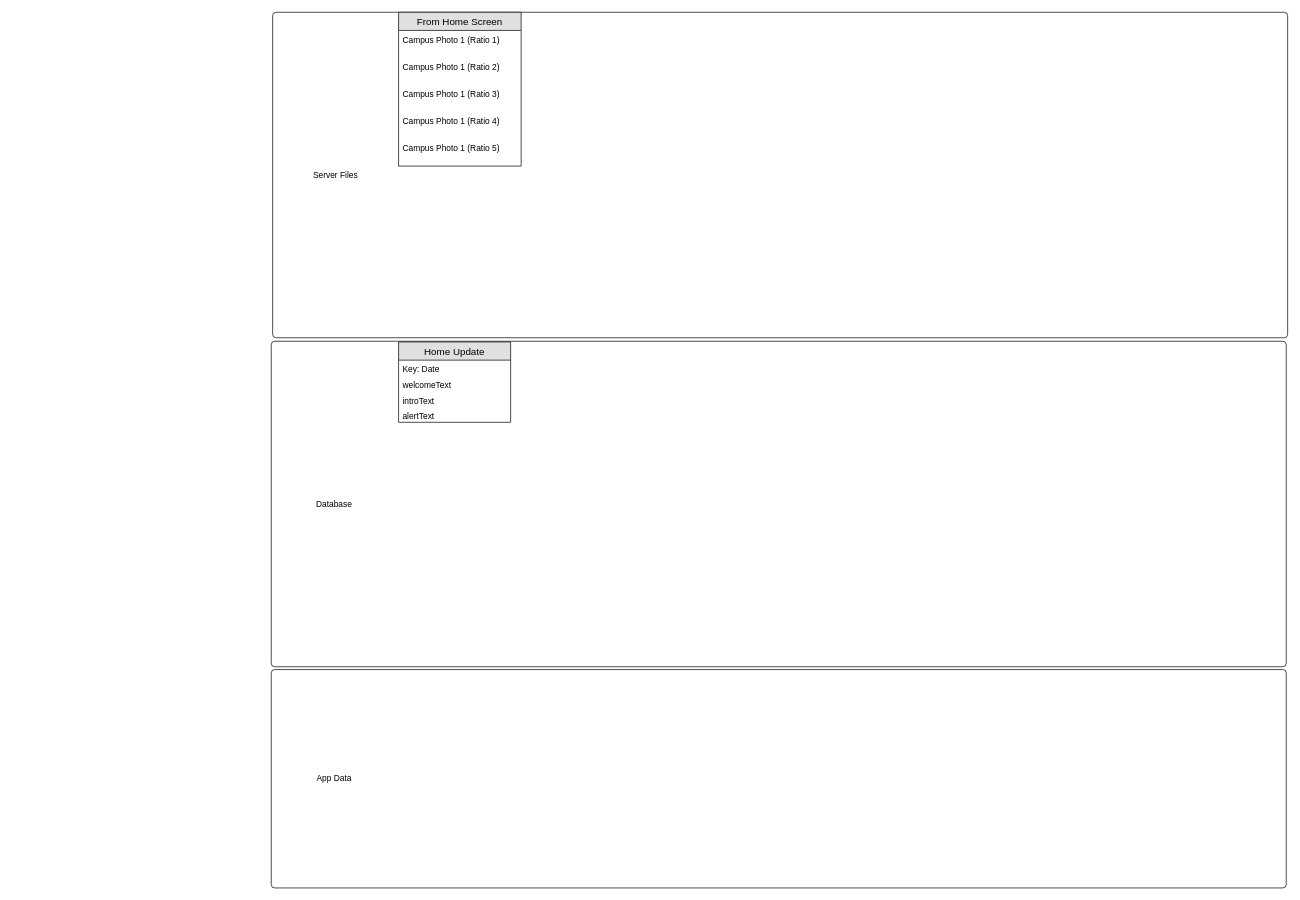
Above: page "Database_Flow" (1 of 2) of EVC_App_Diagram.drawio in tnguyenswe/EVC-Mobile-App-Android (draw.io), before the change. Source tidied: cells renumbered, new cells numbered last; positions are measured from the earlier drawing's top-left corner, leaving out a move shared by most shapes. Both pictures are drawn from the tidied source at 70%, with x=0, y=0 at pixel (271, 12).
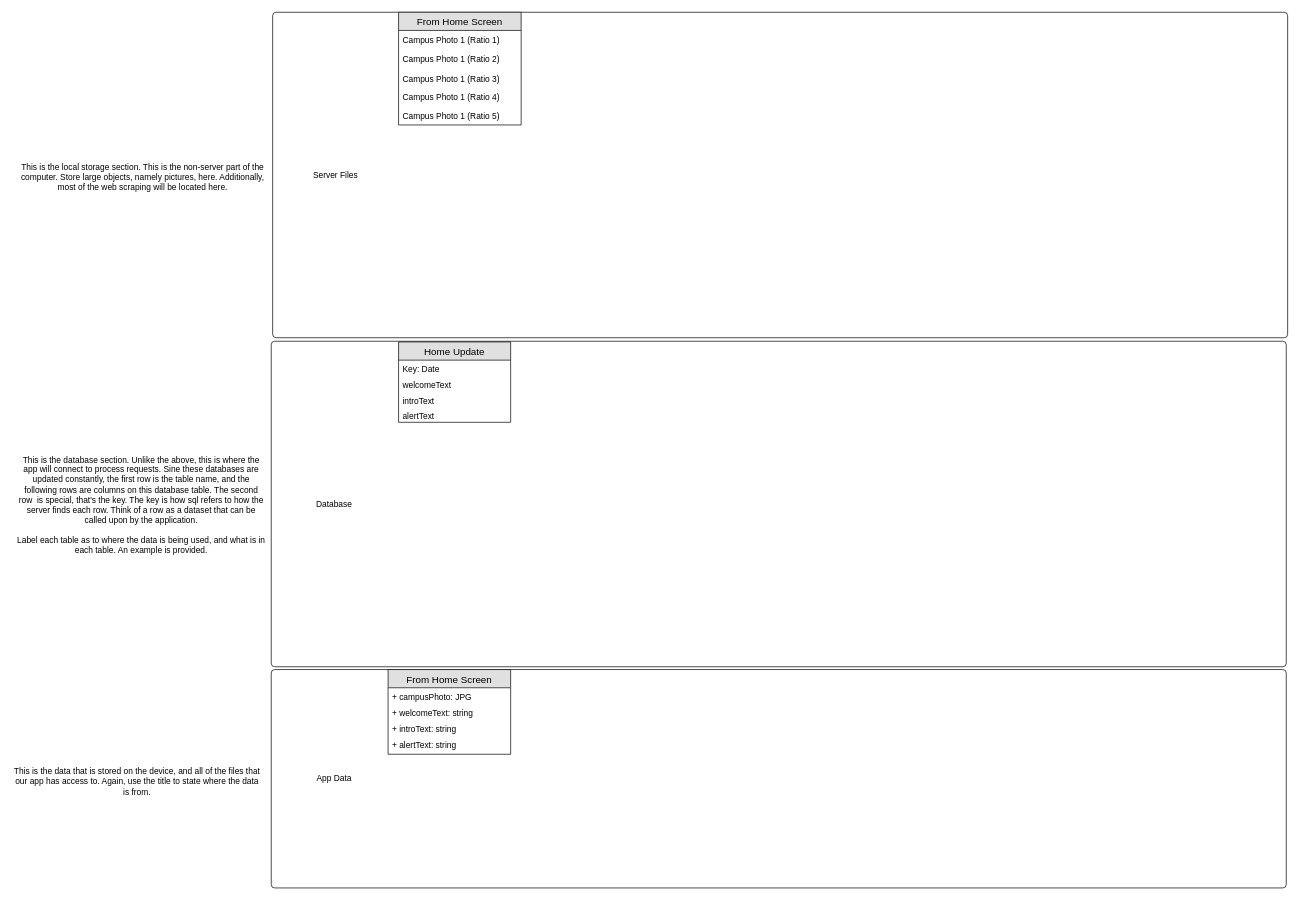
After the change.

Unchanged cells that the change refers to:
```xml
<mxCell id="4" style="rounded=1;absoluteArcSize=1;html=1;arcSize=10;" parent="1" vertex="1">
  <mxGeometry y="939" width="1450" height="312" as="geometry" />
</mxCell>
<mxCell id="6" style="rounded=1;absoluteArcSize=1;html=1;arcSize=10;" parent="1" vertex="1">
  <mxGeometry x="2" width="1450" height="465" as="geometry" />
</mxCell>
```

Diff of the diagram source:
```diff
@@
+    <mxCell id="19" value="From Home Screen" style="swimlane;fontStyle=0;horizontal=1;startSize=26;fillColor=#e0e0e0;swimlaneFillColor=#ffffff;align=center;fontSize=14;noLabel=0;rounded=0;shadow=0;comic=0;glass=0;swimlaneLine=1;" parent="4" vertex="1">
+      <mxGeometry x="166.9" width="175.1" height="121" as="geometry" />
+    </mxCell>
+    <mxCell id="20" value="+ campusPhoto: JPG" style="text;strokeColor=none;fillColor=none;spacingLeft=4;spacingRight=4;overflow=hidden;fontSize=12;" parent="19" vertex="1">
+      <mxGeometry y="26" width="175.1" height="23" as="geometry" />
+    </mxCell>
+    <mxCell id="21" value="+ welcomeText: string" style="text;strokeColor=none;fillColor=none;spacingLeft=4;spacingRight=4;overflow=hidden;fontSize=12;" parent="19" vertex="1">
+      <mxGeometry y="49" width="175.1" height="23" as="geometry" />
+    </mxCell>
+    <mxCell id="22" value="+ introText: string" style="text;strokeColor=none;fillColor=none;spacingLeft=4;spacingRight=4;overflow=hidden;fontSize=12;" parent="19" vertex="1">
+      <mxGeometry y="72" width="175.1" height="23" as="geometry" />
+    </mxCell>
+    <mxCell id="23" value="+ alertText: string" style="text;strokeColor=none;fillColor=none;spacingLeft=4;spacingRight=4;overflow=hidden;fontSize=12;" parent="19" vertex="1">
+      <mxGeometry y="95" width="175.1" height="26" as="geometry" />
+    </mxCell>
@@
     <mxCell id="7" value="From Home Screen" style="swimlane;fontStyle=0;horizontal=1;startSize=26;fillColor=#e0e0e0;swimlaneFillColor=#ffffff;align=center;fontSize=14;noLabel=0;rounded=0;shadow=0;comic=0;glass=0;swimlaneLine=1;" parent="6" vertex="1">
-      <mxGeometry x="179.9" width="175.1" height="219.8" as="geometry" />
+      <mxGeometry x="179.9" width="175.1" height="161" as="geometry" />
     </mxCell>
     <mxCell id="8" value="Campus Photo 1 (Ratio 1)" style="text;strokeColor=none;fillColor=none;spacingLeft=4;spacingRight=4;overflow=hidden;fontSize=12;" parent="7" vertex="1">
-      <mxGeometry y="26" width="175.1" height="38.8" as="geometry" />
+      <mxGeometry y="26" width="175.1" height="27" as="geometry" />
     </mxCell>
     <mxCell id="9" value="Campus Photo 1 (Ratio 2)" style="text;strokeColor=none;fillColor=none;spacingLeft=4;spacingRight=4;overflow=hidden;fontSize=12;" parent="7" vertex="1">
-      <mxGeometry y="64.8" width="175.1" height="38.8" as="geometry" />
+      <mxGeometry y="53" width="175.1" height="29" as="geometry" />
     </mxCell>
     <mxCell id="10" value="Campus Photo 1 (Ratio 3)" style="text;strokeColor=none;fillColor=none;spacingLeft=4;spacingRight=4;overflow=hidden;fontSize=12;" parent="7" vertex="1">
-      <mxGeometry y="103.5" width="175.1" height="38.8" as="geometry" />
+      <mxGeometry y="82" width="175.1" height="26" as="geometry" />
     </mxCell>
     <mxCell id="11" value="Campus Photo 1 (Ratio 4)" style="text;strokeColor=none;fillColor=none;spacingLeft=4;spacingRight=4;overflow=hidden;fontSize=12;" parent="7" vertex="1">
-      <mxGeometry y="142.2" width="175.1" height="38.8" as="geometry" />
+      <mxGeometry y="108" width="175.1" height="27" as="geometry" />
     </mxCell>
     <mxCell id="12" value="Campus Photo 1 (Ratio 5)" style="text;strokeColor=none;fillColor=none;spacingLeft=4;spacingRight=4;overflow=hidden;fontSize=12;" parent="7" vertex="1">
-      <mxGeometry y="181" width="175.1" height="38.8" as="geometry" />
+      <mxGeometry y="135" width="175.1" height="26" as="geometry" />
     </mxCell>
@@
+    <mxCell id="24" value="&lt;div&gt;This is the database section. Unlike the above, this is where the app will connect to process requests. Sine these databases are updated constantly, the first row is the table name, and the following rows are columns on this database table. The second row&amp;nbsp; is special, that's the key. The key is how sql refers to how the server finds each row. Think of a row as a dataset that can be called upon by the application.&lt;/div&gt;&lt;div&gt;&lt;br&gt;&lt;/div&gt;&lt;div&gt;Label each table as to where the data is being used, and what is in each table. An example is provided.&lt;br&gt; &lt;/div&gt;" style="text;html=1;strokeColor=none;fillColor=none;align=center;verticalAlign=middle;whiteSpace=wrap;rounded=0;" parent="1" vertex="1">
+      <mxGeometry x="-364" y="480" width="357" height="448" as="geometry" />
+    </mxCell>
+    <mxCell id="25" value="This is the local storage section. This is the non-server part of the computer. Store large objects, namely pictures, here. Additionally, most of the web scraping will be located here." style="text;html=1;strokeColor=none;fillColor=none;align=center;verticalAlign=middle;whiteSpace=wrap;rounded=0;" parent="1" vertex="1">
+      <mxGeometry x="-362" y="12" width="357" height="448" as="geometry" />
+    </mxCell>
+    <mxCell id="26" value="This is the data that is stored on the device, and all of the files that our app has access to. Again, use the title to state where the data is from." style="text;html=1;strokeColor=none;fillColor=none;align=center;verticalAlign=middle;whiteSpace=wrap;rounded=0;" parent="1" vertex="1">
+      <mxGeometry x="-370" y="946" width="357" height="305" as="geometry" />
+    </mxCell>
```
